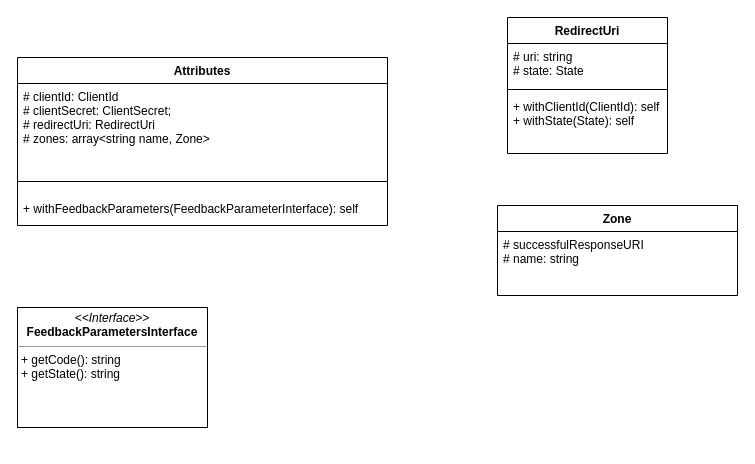
The draw.io diagram page "attributes" (4 of 4) of oauth.drawio in andrzej-pakula/oauth-api-connector-bundle, before the edit. Source tidied: cells renumbered, new cells numbered last; positions are measured from the earlier drawing's top-left corner, leaving out a move shared by most shapes. Both pictures are drawn from the tidied source at 100%, with x=0, y=0 at pixel (17, 17).
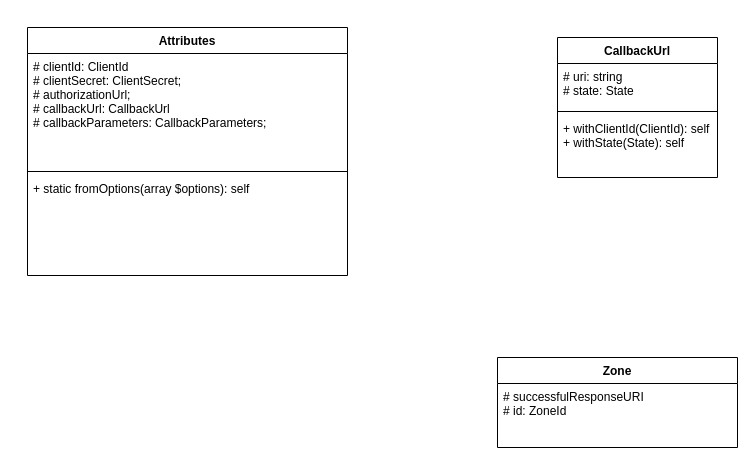
The same page after the edit.

The edit, as a diff of the source:
```diff
@@
 <mxGraphModel>
   <root>
     <mxCell id="0" />
     <mxCell id="1" parent="0" />
+    <mxCell id="8" value="Attributes" style="swimlane;fontStyle=1;align=center;verticalAlign=top;horizontal=1;startSize=26;strokeColor=#000000;" parent="1" vertex="1">
+      <mxGeometry x="10" y="10" width="320" height="248" as="geometry" />
+    </mxCell>
+    <mxCell id="13" value="# clientId: ClientId&#10;# clientSecret: ClientSecret;&#10;# authorizationUrl;&#10;# callbackUrl: CallbackUrl&#10;# callbackParameters: CallbackParameters;&#10;" style="text;strokeColor=none;fillColor=none;align=left;verticalAlign=top;spacingLeft=4;spacingRight=4;overflow=hidden;" parent="8" vertex="1">
+      <mxGeometry y="26" width="320" height="114" as="geometry" />
+    </mxCell>
+    <mxCell id="14" style="line;strokeWidth=1;fillColor=none;align=left;verticalAlign=middle;spacingTop=-1;spacingLeft=3;spacingRight=3;labelPosition=right;" parent="8" vertex="1">
+      <mxGeometry y="140" width="320" height="8" as="geometry" />
+    </mxCell>
+    <mxCell id="15" value="+ static fromOptions(array $options): self" style="text;strokeColor=none;fillColor=none;align=left;verticalAlign=top;spacingLeft=4;spacingRight=4;overflow=hidden;" parent="8" vertex="1">
+      <mxGeometry y="148" width="320" height="100" as="geometry" />
+    </mxCell>
+    <mxCell id="6" value="Zone" style="swimlane;fontStyle=1;align=center;verticalAlign=top;horizontal=1;startSize=26;" parent="1" vertex="1">
+      <mxGeometry x="480" y="340" width="240" height="90" as="geometry" />
+    </mxCell>
+    <mxCell id="7" value="# successfulResponseURI&#10;# id: ZoneId" style="text;strokeColor=none;fillColor=none;align=left;verticalAlign=top;spacingLeft=4;spacingRight=4;overflow=hidden;" parent="6" vertex="1">
+      <mxGeometry y="26" width="240" height="64" as="geometry" />
+    </mxCell>
-    <mxCell id="2" value="RedirectUri" style="swimlane;fontStyle=1;align=center;verticalAlign=top;horizontal=1;startSize=26;" parent="1" vertex="1">
-      <mxGeometry x="490" width="160" height="136" as="geometry" />
+    <mxCell id="2" value="CallbackUrl" style="swimlane;fontStyle=1;align=center;verticalAlign=top;horizontal=1;startSize=26;" parent="1" vertex="1">
+      <mxGeometry x="540" y="20" width="160" height="140" as="geometry" />
     </mxCell>
     <mxCell id="3" value="# uri: string&#10;# state: State" style="text;strokeColor=none;fillColor=none;align=left;verticalAlign=top;spacingLeft=4;spacingRight=4;overflow=hidden;" parent="2" vertex="1">
-      <mxGeometry y="26" width="160" height="42" as="geometry" />
+      <mxGeometry y="26" width="160" height="44" as="geometry" />
     </mxCell>
     <mxCell id="4" style="line;strokeWidth=1;fillColor=none;align=left;verticalAlign=middle;spacingTop=-1;spacingLeft=3;spacingRight=3;labelPosition=right;" parent="2" vertex="1">
-      <mxGeometry y="68" width="160" height="8" as="geometry" />
+      <mxGeometry y="70" width="160" height="8" as="geometry" />
     </mxCell>
     <mxCell id="5" value="+ withClientId(ClientId): self&#10;+ withState(State): self" style="text;strokeColor=none;fillColor=none;align=left;verticalAlign=top;spacingLeft=4;spacingRight=4;overflow=hidden;" parent="2" vertex="1">
-      <mxGeometry y="76" width="160" height="60" as="geometry" />
+      <mxGeometry y="78" width="160" height="62" as="geometry" />
     </mxCell>
-    <mxCell id="6" value="Zone" style="swimlane;fontStyle=1;align=center;verticalAlign=top;horizontal=1;startSize=26;" parent="1" vertex="1">
-      <mxGeometry x="480" y="188" width="240" height="90" as="geometry" />
-    </mxCell>
-    <mxCell id="7" value="# successfulResponseURI&#10;# name: string" style="text;strokeColor=none;fillColor=none;align=left;verticalAlign=top;spacingLeft=4;spacingRight=4;overflow=hidden;" parent="6" vertex="1">
-      <mxGeometry y="26" width="240" height="64" as="geometry" />
-    </mxCell>
-    <mxCell id="8" value="Attributes" style="swimlane;fontStyle=1;align=center;verticalAlign=top;horizontal=1;startSize=26;" parent="1" vertex="1">
-      <mxGeometry y="40" width="370" height="168" as="geometry" />
-    </mxCell>
-    <mxCell id="9" value="# clientId: ClientId&#10;# clientSecret: ClientSecret;&#10;# redirectUri: RedirectUri&#10;# zones: array&lt;string name, Zone&gt;" style="text;strokeColor=none;fillColor=none;align=left;verticalAlign=top;spacingLeft=4;spacingRight=4;overflow=hidden;" parent="8" vertex="1">
-      <mxGeometry y="26" width="370" height="84" as="geometry" />
-    </mxCell>
-    <mxCell id="10" style="line;strokeWidth=1;fillColor=none;align=left;verticalAlign=middle;spacingTop=-1;spacingLeft=3;spacingRight=3;labelPosition=right;" parent="8" vertex="1">
-      <mxGeometry y="110" width="370" height="28" as="geometry" />
-    </mxCell>
-    <mxCell id="11" value="+ withFeedbackParameters(FeedbackParameterInterface): self" style="text;strokeColor=none;fillColor=none;align=left;verticalAlign=top;spacingLeft=4;spacingRight=4;overflow=hidden;" parent="8" vertex="1">
-      <mxGeometry y="138" width="370" height="30" as="geometry" />
-    </mxCell>
-    <mxCell id="12" value="&lt;p style=&quot;margin: 0px ; margin-top: 4px ; text-align: center&quot;&gt;&lt;i&gt;&amp;lt;&amp;lt;Interface&amp;gt;&amp;gt;&lt;/i&gt;&lt;br&gt;&lt;b&gt;FeedbackParametersInterface&lt;/b&gt;&lt;/p&gt;&lt;hr size=&quot;1&quot;&gt;&lt;p style=&quot;margin: 0px ; margin-left: 4px&quot;&gt;&lt;span&gt;+ getCode(): string&lt;/span&gt;&lt;br&gt;&lt;/p&gt;&lt;p style=&quot;margin: 0px ; margin-left: 4px&quot;&gt;+ getState(): string&lt;/p&gt;&lt;p style=&quot;margin: 0px ; margin-left: 4px&quot;&gt;&lt;br&gt;&lt;/p&gt;" style="verticalAlign=top;align=left;overflow=fill;fontSize=12;fontFamily=Helvetica;html=1;" parent="1" vertex="1">
-      <mxGeometry y="290" width="190" height="120" as="geometry" />
-    </mxCell>
   </root>
 </mxGraphModel>
```
